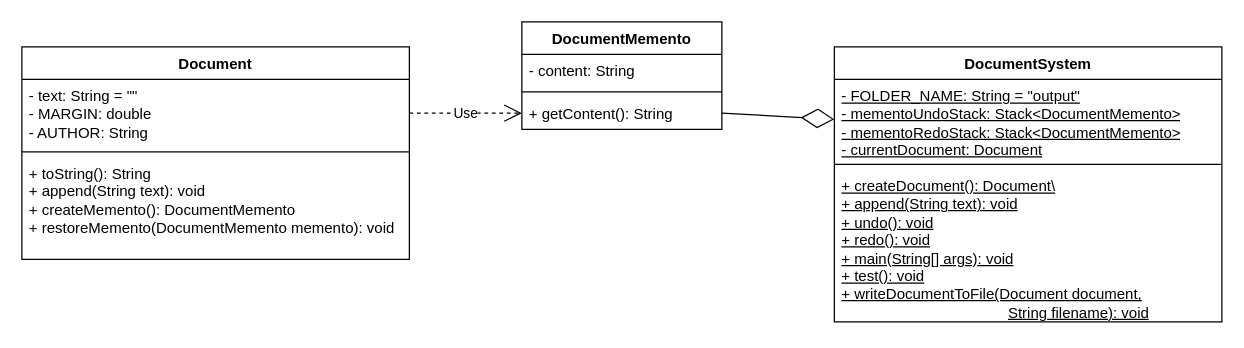
This is soft2201w6.drawio from NguyenChHieu/graphs, a draw.io file, before an edit. Source tidied: cells renumbered, new cells numbered last; positions are measured from the earlier drawing's top-left corner, leaving out a move shared by most shapes. Both pictures are drawn from the tidied source at 125%, with x=0, y=0 at pixel (21, 21).
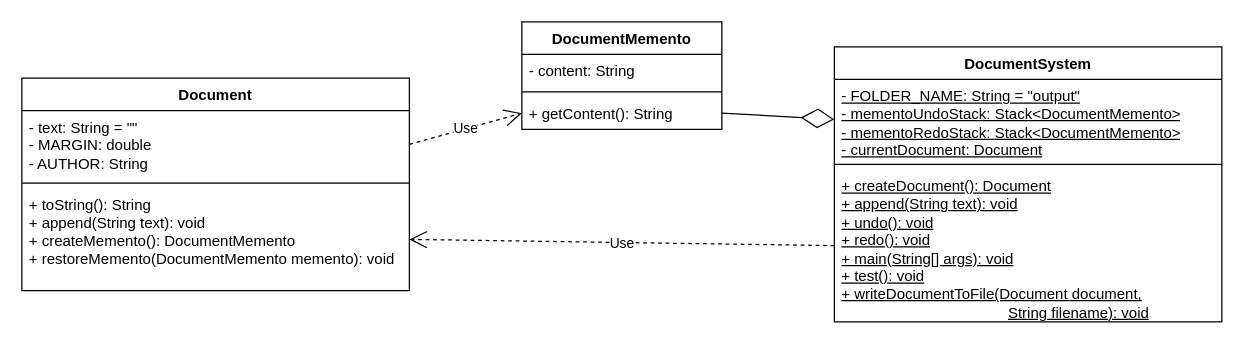
The same page after the edit.

Change to the diagram source:
```diff
@@
 <mxGraphModel>
   <root>
     <mxCell id="0" />
     <mxCell id="1" parent="0" />
     <mxCell id="2" value="DocumentMemento" style="swimlane;fontStyle=1;align=center;verticalAlign=top;horizontal=1;startSize=26;whiteSpace=wrap;html=1;" parent="1" vertex="1">
       <mxGeometry x="400" width="160" height="86" as="geometry" />
     </mxCell>
     <mxCell id="3" value="- content: String" style="text;strokeColor=none;fillColor=none;align=left;verticalAlign=top;spacingLeft=4;spacingRight=4;overflow=hidden;whiteSpace=wrap;html=1;" parent="2" vertex="1">
       <mxGeometry y="26" width="160" height="26" as="geometry" />
     </mxCell>
     <mxCell id="4" style="line;strokeWidth=1;fillColor=none;align=left;verticalAlign=middle;spacingTop=-1;spacingLeft=3;spacingRight=3;labelPosition=right;strokeColor=inherit;" parent="2" vertex="1">
       <mxGeometry y="52" width="160" height="8" as="geometry" />
     </mxCell>
     <mxCell id="5" value="+ getContent(): String" style="text;strokeColor=none;fillColor=none;align=left;verticalAlign=top;spacingLeft=4;spacingRight=4;overflow=hidden;points=[[0,0.5],[1,0.5]];portConstraint=eastwest;whiteSpace=wrap;html=1;" parent="2" vertex="1">
       <mxGeometry y="60" width="160" height="26" as="geometry" />
     </mxCell>
     <mxCell id="6" value="Document" style="swimlane;fontStyle=1;align=center;verticalAlign=top;horizontal=1;startSize=26;whiteSpace=wrap;html=1;" parent="1" vertex="1">
-      <mxGeometry y="20" width="310" height="170" as="geometry" />
+      <mxGeometry y="45" width="310" height="170" as="geometry" />
     </mxCell>
     <mxCell id="7" value="- text: String = &quot;&quot;&lt;div&gt;- MARGIN: double&lt;/div&gt;&lt;div&gt;- AUTHOR: String&lt;/div&gt;" style="text;strokeColor=none;fillColor=none;align=left;verticalAlign=top;spacingLeft=4;spacingRight=4;overflow=hidden;points=[[0,0.5],[1,0.5]];portConstraint=eastwest;whiteSpace=wrap;html=1;" parent="6" vertex="1">
       <mxGeometry y="26" width="310" height="54" as="geometry" />
     </mxCell>
     <mxCell id="8" style="line;strokeWidth=1;fillColor=none;align=left;verticalAlign=middle;spacingTop=-1;spacingLeft=3;spacingRight=3;labelPosition=right;strokeColor=inherit;" parent="6" vertex="1">
       <mxGeometry y="80" width="310" height="8" as="geometry" />
     </mxCell>
     <mxCell id="9" value="+ toString(): String&lt;div&gt;+ append(String text): void&lt;/div&gt;&lt;div&gt;+ createMemento(): DocumentMemento&lt;/div&gt;&lt;div&gt;+ restoreMemento(DocumentMemento memento): void&lt;/div&gt;" style="text;strokeColor=none;fillColor=none;align=left;verticalAlign=top;spacingLeft=4;spacingRight=4;overflow=hidden;points=[[0,0.5],[1,0.5]];portConstraint=eastwest;whiteSpace=wrap;html=1;" parent="6" vertex="1">
       <mxGeometry y="88" width="310" height="82" as="geometry" />
     </mxCell>
     <mxCell id="10" value="DocumentSystem" style="swimlane;fontStyle=1;align=center;verticalAlign=top;horizontal=1;startSize=26;whiteSpace=wrap;html=1;" parent="1" vertex="1">
       <mxGeometry x="650" y="20" width="310" height="220" as="geometry" />
     </mxCell>
     <mxCell id="11" value="&lt;u&gt;- FOLDER_NAME: String = &quot;output&quot;&lt;/u&gt;&lt;div&gt;&lt;u&gt;- mementoUndoStack: Stack&amp;lt;DocumentMemento&amp;gt;&lt;/u&gt;&lt;/div&gt;&lt;div&gt;&lt;u&gt;-&amp;nbsp;&lt;span style=&quot;background-color: initial;&quot;&gt;mementoRedoStack:&amp;nbsp;&lt;/span&gt;&lt;span style=&quot;background-color: initial;&quot;&gt;Stack&amp;lt;DocumentMemento&amp;gt;&lt;/span&gt;&lt;/u&gt;&lt;/div&gt;&lt;div&gt;&lt;span style=&quot;background-color: initial;&quot;&gt;&lt;u&gt;- currentDocument: Document&lt;/u&gt;&lt;/span&gt;&lt;/div&gt;&lt;div&gt;&lt;span style=&quot;background-color: initial;&quot;&gt;&lt;br&gt;&lt;/span&gt;&lt;/div&gt;" style="text;strokeColor=none;fillColor=none;align=left;verticalAlign=top;spacingLeft=4;spacingRight=4;overflow=hidden;points=[[0,0.5],[1,0.5]];portConstraint=eastwest;whiteSpace=wrap;html=1;" parent="10" vertex="1">
       <mxGeometry y="26" width="310" height="64" as="geometry" />
     </mxCell>
     <mxCell id="12" style="line;strokeWidth=1;fillColor=none;align=left;verticalAlign=middle;spacingTop=-1;spacingLeft=3;spacingRight=3;labelPosition=right;strokeColor=inherit;" parent="10" vertex="1">
       <mxGeometry y="90" width="310" height="8" as="geometry" />
     </mxCell>
-    <mxCell id="13" value="&lt;u&gt;+ createDocument(): Document\&lt;/u&gt;&lt;div&gt;&lt;u&gt;+ append(String text): void&lt;/u&gt;&lt;/div&gt;&lt;div&gt;&lt;u&gt;+ undo(): void&lt;/u&gt;&lt;/div&gt;&lt;div&gt;&lt;u&gt;+ redo(): void&lt;/u&gt;&lt;/div&gt;&lt;div&gt;&lt;u&gt;+ main(String[] args): void&lt;/u&gt;&lt;/div&gt;&lt;div&gt;&lt;u&gt;+ test(): void&lt;/u&gt;&lt;/div&gt;&lt;div&gt;&lt;u&gt;+ writeDocumentToFile(Document document,&lt;/u&gt;&lt;/div&gt;&lt;div&gt;&lt;u&gt;&lt;span style=&quot;white-space: pre;&quot;&gt;&#9;&lt;/span&gt;&lt;span style=&quot;white-space: pre;&quot;&gt;&#9;&lt;/span&gt;&lt;span style=&quot;white-space: pre;&quot;&gt;&#9;&lt;/span&gt;&lt;span style=&quot;white-space: pre;&quot;&gt;&#9;&lt;span style=&quot;white-space: pre;&quot;&gt;&#9;&lt;/span&gt;String&lt;/span&gt;&amp;nbsp;filename): void&lt;/u&gt;&lt;br&gt;&lt;/div&gt;" style="text;strokeColor=none;fillColor=none;align=left;verticalAlign=top;spacingLeft=4;spacingRight=4;overflow=hidden;points=[[0,0.5],[1,0.5]];portConstraint=eastwest;whiteSpace=wrap;html=1;" parent="10" vertex="1">
+    <mxCell id="13" value="&lt;u&gt;+ createDocument(): Document&lt;/u&gt;&lt;div&gt;&lt;u&gt;+ append(String text): void&lt;/u&gt;&lt;/div&gt;&lt;div&gt;&lt;u&gt;+ undo(): void&lt;/u&gt;&lt;/div&gt;&lt;div&gt;&lt;u&gt;+ redo(): void&lt;/u&gt;&lt;/div&gt;&lt;div&gt;&lt;u&gt;+ main(String[] args): void&lt;/u&gt;&lt;/div&gt;&lt;div&gt;&lt;u&gt;+ test(): void&lt;/u&gt;&lt;/div&gt;&lt;div&gt;&lt;u&gt;+ writeDocumentToFile(Document document,&lt;/u&gt;&lt;/div&gt;&lt;div&gt;&lt;u&gt;&lt;span style=&quot;white-space: pre;&quot;&gt;&#9;&lt;/span&gt;&lt;span style=&quot;white-space: pre;&quot;&gt;&#9;&lt;/span&gt;&lt;span style=&quot;white-space: pre;&quot;&gt;&#9;&lt;/span&gt;&lt;span style=&quot;white-space: pre;&quot;&gt;&#9;&lt;span style=&quot;white-space: pre;&quot;&gt;&#9;&lt;/span&gt;String&lt;/span&gt;&amp;nbsp;filename): void&lt;/u&gt;&lt;br&gt;&lt;/div&gt;" style="text;strokeColor=none;fillColor=none;align=left;verticalAlign=top;spacingLeft=4;spacingRight=4;overflow=hidden;points=[[0,0.5],[1,0.5]];portConstraint=eastwest;whiteSpace=wrap;html=1;" parent="10" vertex="1">
       <mxGeometry y="98" width="310" height="122" as="geometry" />
     </mxCell>
     <mxCell id="14" style="endArrow=diamondThin;endFill=0;endSize=24;html=1;rounded=0;entryX=0;entryY=0.5;entryDx=0;entryDy=0;exitX=1;exitY=0.5;exitDx=0;exitDy=0;" parent="1" edge="1" source="5" target="11">
       <mxGeometry relative="1" as="geometry" />
     </mxCell>
     <mxCell id="15" value="Use" style="endArrow=open;endSize=12;dashed=1;html=1;rounded=0;exitX=1;exitY=0.5;exitDx=0;exitDy=0;entryX=0;entryY=0.5;entryDx=0;entryDy=0;" parent="1" edge="1" source="7" target="5">
       <mxGeometry relative="1" as="geometry" />
     </mxCell>
+    <mxCell id="16" value="Use" style="endArrow=open;endSize=12;dashed=1;html=1;rounded=0;exitX=0;exitY=0.5;exitDx=0;exitDy=0;entryX=1;entryY=0.5;entryDx=0;entryDy=0;" parent="1" edge="1" source="13" target="9">
+      <mxGeometry relative="1" as="geometry" />
+    </mxCell>
   </root>
 </mxGraphModel>
```
